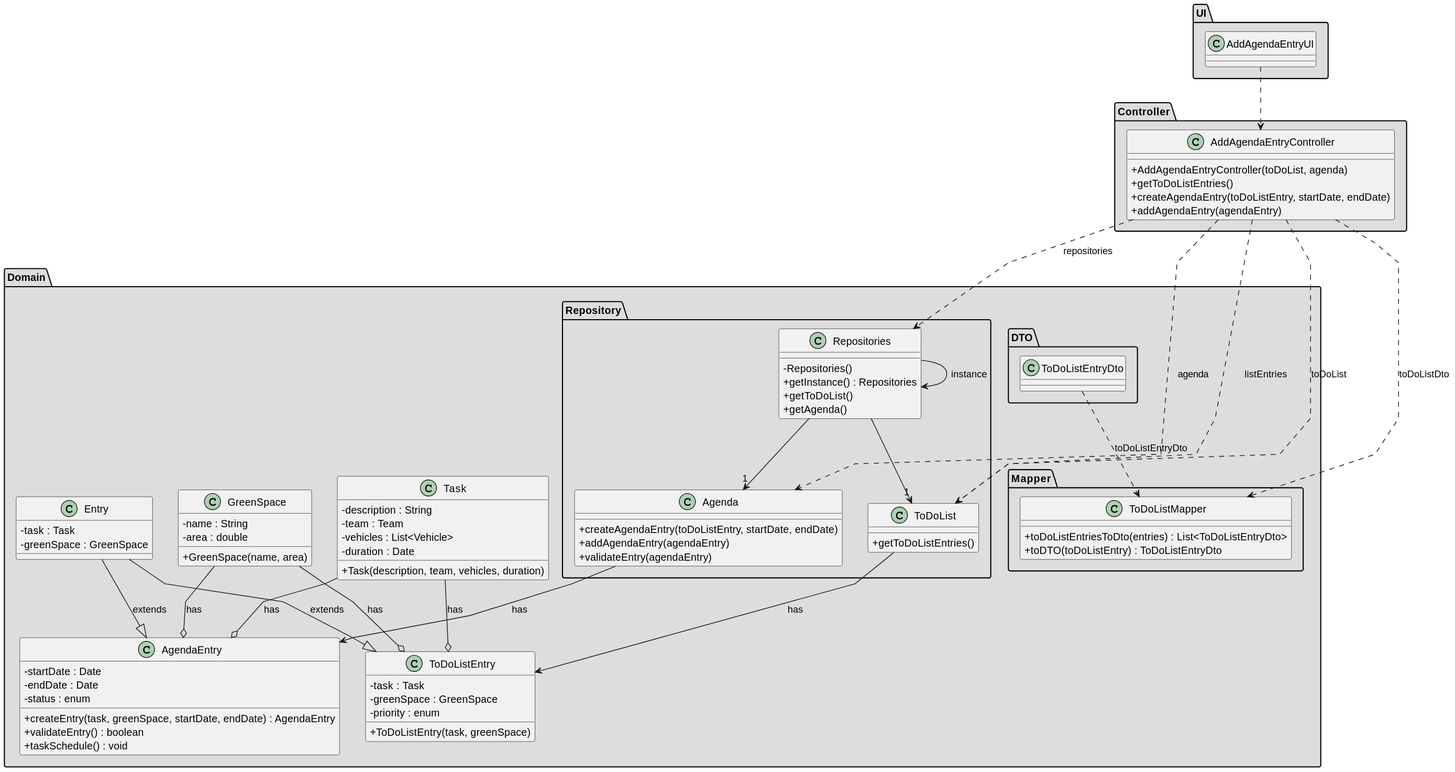
This is docs/sprintC/us022/03.design/svg/us022-class-diagram.svg from diogoveirospro/lei-24-s2-1dg-g072, a PlantUML export, as it was before one commit.
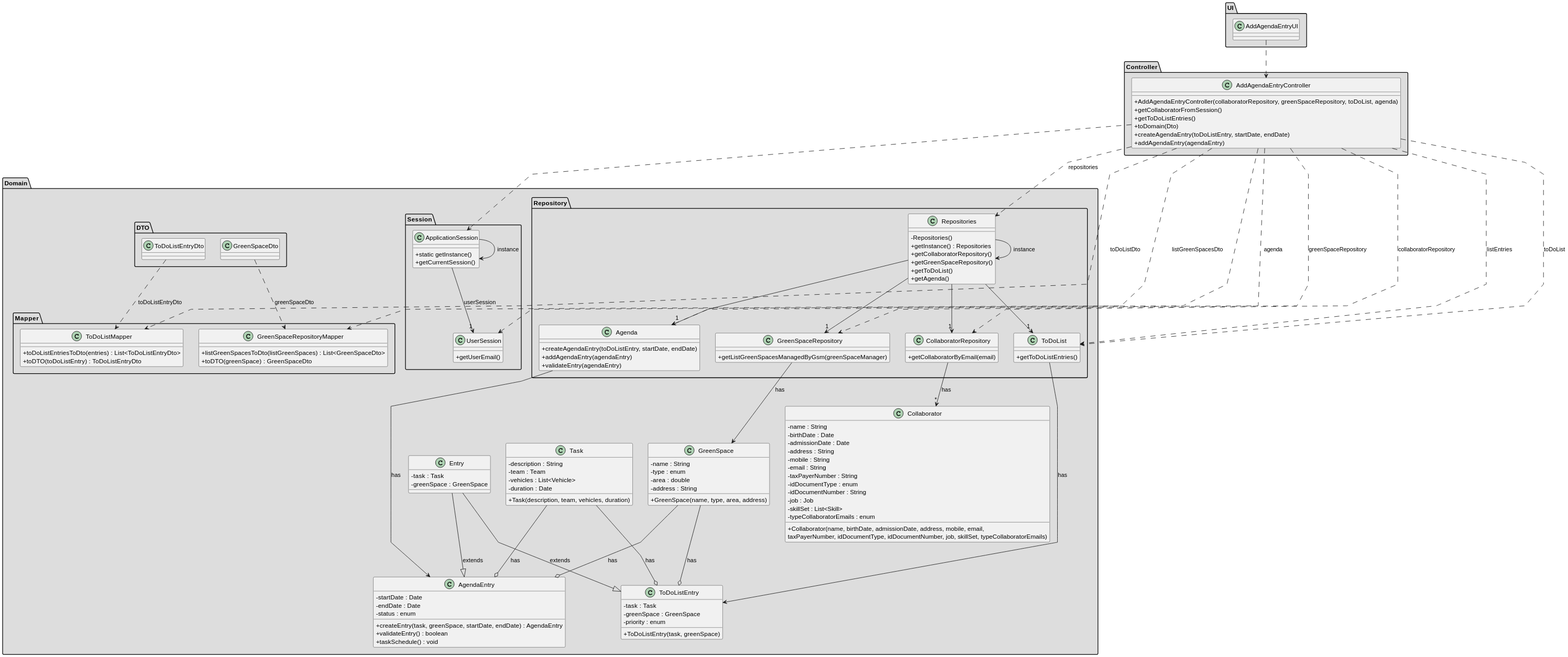
The same diagram one commit later.

The edit, as a diff of the source:
```diff
@@ -1,127 +1,180 @@
 @startuml
-skinparam packageStyle rectangle
+skinparam packageStyle folder
 skinparam shadowing false
 skinparam linetype polyline
-
 skinparam classAttributeIconSize 0
 
-
-package "UI" <<Folder>> #DDDDDD {
-
-class AddAgendaEntryUI {
+package "UI" #DDDDDD {
+    class AddAgendaEntryUI {
+    }
 }
 
+package "Controller" #DDDDDD {
+    class AddAgendaEntryController {
+        + AddAgendaEntryController(collaboratorRepository, greenSpaceRepository, toDoList, agenda)
+        + getCollaboratorFromSession()
+        + getToDoListEntries()
+        + toDomain(Dto)
+        + createAgendaEntry(toDoListEntry, startDate, endDate)
+        + addAgendaEntry(agendaEntry)
+    }
 }
 
-package "Controller" <<Folder>> #DDDDDD {
-class AddAgendaEntryController {
-    + AddAgendaEntryController(toDoList, agenda)
-    + getToDoListEntries()
-    + createAgendaEntry(toDoListEntry, startDate, endDate)
-    + addAgendaEntry(agendaEntry)
-}
+package "Domain" #DDDDDD {
+    package "Repository" <<Folder>> #DDDDDD {
+        class Repositories {
+            - Repositories()
+            + getInstance() : Repositories
+            + getCollaboratorRepository()
+            + getGreenSpaceRepository()
+            + getToDoList()
+            + getAgenda()
+        }
 
-}
+        class ToDoList {
+            + getToDoListEntries()
+        }
 
-package "Domain" <<Folder>> #DDDDDD {
+        class Agenda {
+            + createAgendaEntry(toDoListEntry, startDate, endDate)
+            + addAgendaEntry(agendaEntry)
+            + validateEntry(agendaEntry)
+        }
 
-package "Repository" <<Folder>> #DDDDDD {
+        class CollaboratorRepository {
+            + getCollaboratorByEmail(email)
+        }
 
-class Repositories {
-    - Repositories()
-    + getInstance() : Repositories
-    + getToDoList()
-    + getAgenda()
+        class GreenSpaceRepository {
+            + getListGreenSpacesManagedByGsm(greenSpaceManager)
+        }
+    }
 
-}
+    class Entry {
+        - task : Task
+        - greenSpace : GreenSpace
+    }
 
-class ToDoList {
-    + getToDoListEntries()
-}
+    class AgendaEntry {
+        - startDate : Date
+        - endDate : Date
+        - status : enum
+        + createEntry(task, greenSpace, startDate, endDate) : AgendaEntry
+        + validateEntry() : boolean
+        + taskSchedule() : void
+    }
 
-class Agenda {
-    + createAgendaEntry(toDoListEntry, startDate, endDate)
-    + addAgendaEntry(agendaEntry)
-    + validateEntry(agendaEntry)
-}
+    class GreenSpace {
+        - name : String
+        - type : enum
+        - area : double
+        - address : String
+        + GreenSpace(name, type, area, address)
+    }
 
-}
+    class Task {
+        - description : String
+        - team : Team
+        - vehicles : List<Vehicle>
+        - duration : Date
+        + Task(description, team, vehicles, duration)
+    }
 
-class Entry {
-    - task : Task
-    - greenSpace : GreenSpace
-}
+    class ToDoListEntry {
+        - task : Task
+        - greenSpace : GreenSpace
+        - priority : enum
+        + ToDoListEntry(task, greenSpace)
+    }
 
-class AgendaEntry {
-    -startDate : Date
-    -endDate : Date
-    -status : enum
-    +createEntry(task, greenSpace, startDate, endDate) : AgendaEntry
-    +validateEntry() : boolean
-    +taskSchedule() : void
-}
-
-class GreenSpace {
-    - name : String
-    - area : double
-    + GreenSpace(name, area)
-}
-
-class Task {
-    - description : String
-    - team : Team
-    - vehicles : List<Vehicle>
-    - duration : Date
-    + Task(description, team, vehicles, duration)
-}
-
-class ToDoListEntry {
-    - task : Task
-    - greenSpace : GreenSpace
-    - priority : enum
-    + ToDoListEntry(task, greenSpace)
-}
+    class Collaborator {
+        - name : String
+        - birthDate : Date
+        - admissionDate : Date
+        - address : String
+        - mobile : String
+        - email : String
+        - taxPayerNumber : String
+        - idDocumentType : enum
+        - idDocumentNumber : String
+        - job : Job
+        - skillSet : List<Skill>
+        - typeCollaboratorEmails : enum
+        + Collaborator(name, birthDate, admissionDate, address, mobile, email, \ntaxPayerNumber, idDocumentType, idDocumentNumber, job, skillSet, typeCollaboratorEmails)
+    }
 
 
-package "Mapper" <<Folder>> #DDDDDD {
-class ToDoListMapper {
-    +toDoListEntriesToDto(entries) : List<ToDoListEntryDto>
-    +toDTO(toDoListEntry) : ToDoListEntryDto
+
+    package "Mapper" #DDDDDD {
+        class ToDoListMapper {
+            + toDoListEntriesToDto(entries) : List<ToDoListEntryDto>
+            + toDTO(toDoListEntry) : ToDoListEntryDto
+        }
+
+        class GreenSpaceRepositoryMapper {
+            + listGreenSpacesToDto(listGreenSpaces) : List<GreenSpaceDto>
+            + toDTO(greenSpace) : GreenSpaceDto
+        }
+    }
+
+    package "Session" #DDDDDD {
+        class ApplicationSession {
+            + static getInstance()
+            + getCurrentSession()
+        }
+
+        class UserSession {
+            + getUserEmail()
+        }
+    }
+
+    package "DTO" #DDDDDD {
+        class ToDoListEntryDto {
+        }
+
+        class GreenSpaceDto {
+        }
+    }
 }
-
-}
-
-package "DTO" <<Folder>> #DDDDDD {
-class ToDoListEntryDto {
-}
-
-}
-}
-
 
 AddAgendaEntryUI ..> AddAgendaEntryController
 
 Repositories --> Repositories : instance
 AddAgendaEntryController ..> Repositories : repositories
 Repositories --> "1" ToDoList
+Repositories --> "1" CollaboratorRepository
+Repositories --> "1" GreenSpaceRepository
 
 AddAgendaEntryController ..> ToDoList : toDoList
+AddAgendaEntryController ..> ToDoList : listEntries
+AddAgendaEntryController ..> CollaboratorRepository : collaboratorRepository
+AddAgendaEntryController ..> GreenSpaceRepository : greenSpaceRepository
 
-AddAgendaEntryController ..> ToDoList : listEntries
 ToDoList --> ToDoListEntry : has
 GreenSpace --o ToDoListEntry : has
 Task --o ToDoListEntry : has
+GreenSpaceRepository --> GreenSpace : has
+CollaboratorRepository --> "*" Collaborator : has
 
 ToDoListEntryDto ..> ToDoListMapper : toDoListEntryDto
 AddAgendaEntryController ..> ToDoListMapper : toDoListDto
 
+GreenSpaceDto ..> GreenSpaceRepositoryMapper : greenSpaceDto
+AddAgendaEntryController ..> GreenSpaceRepositoryMapper : listGreenSpacesDto
 
 Repositories --> "1" Agenda
 AddAgendaEntryController ..> Agenda : agenda
+
 Agenda --> AgendaEntry : has
 GreenSpace --o AgendaEntry : has
 Task --o AgendaEntry : has
 
 Entry --|> AgendaEntry : extends
 Entry --|> ToDoListEntry : extends
+
+AddAgendaEntryController ..> ApplicationSession
+AddAgendaEntryController ..> UserSession
+
+ApplicationSession --> ApplicationSession : instance
+ApplicationSession --> "1" UserSession : userSession
 @enduml
```
